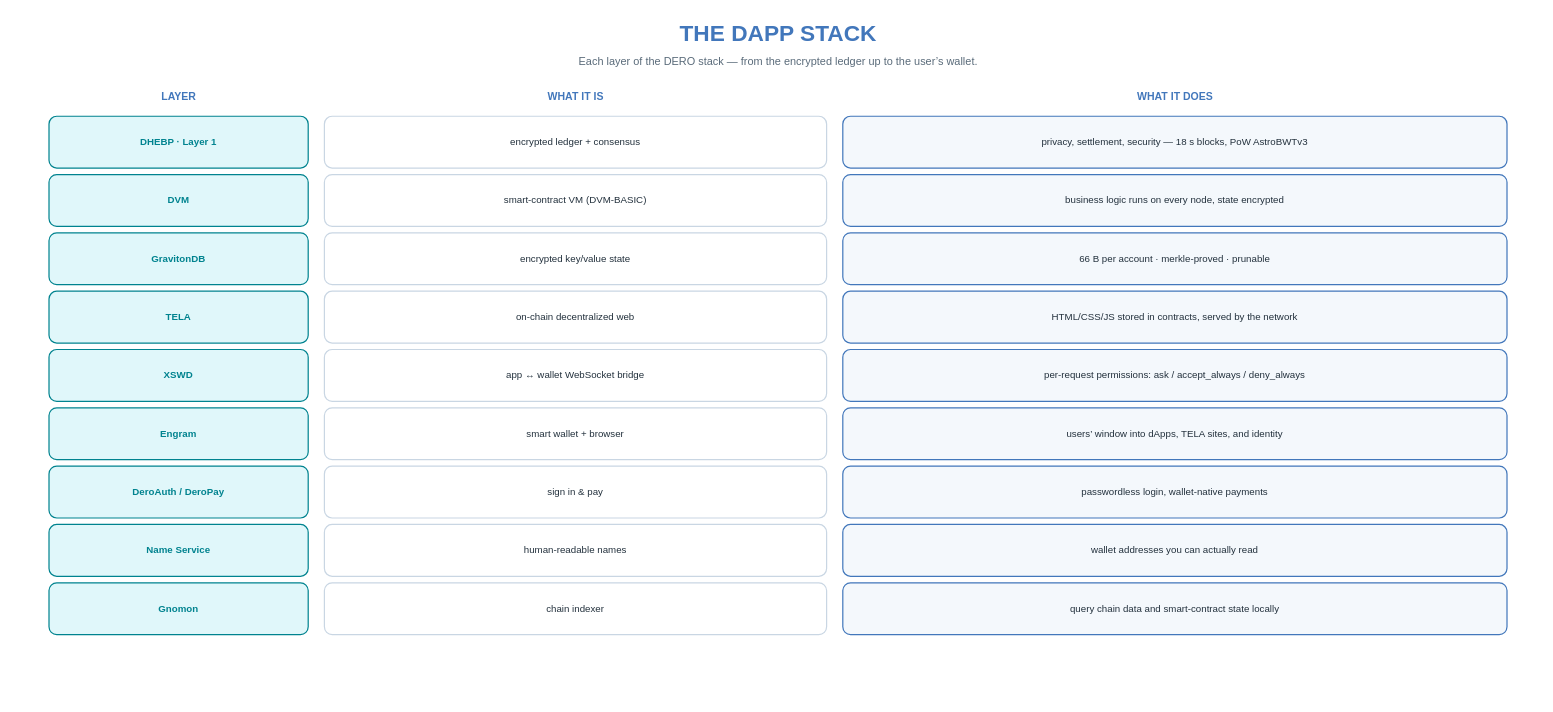
Above: page "The dApp Stack" (2 of 3) of DERO.TELA.drawio in liqdmetal/DERO.STARGATE.DIAGRAMS (draw.io), before the change. Source tidied: cells renumbered, new cells numbered last; positions are measured from the earlier drawing's top-left corner, leaving out a move shared by most shapes. Both pictures are drawn from the tidied source at 81%, with x=0, y=0 at pixel (16, 14).
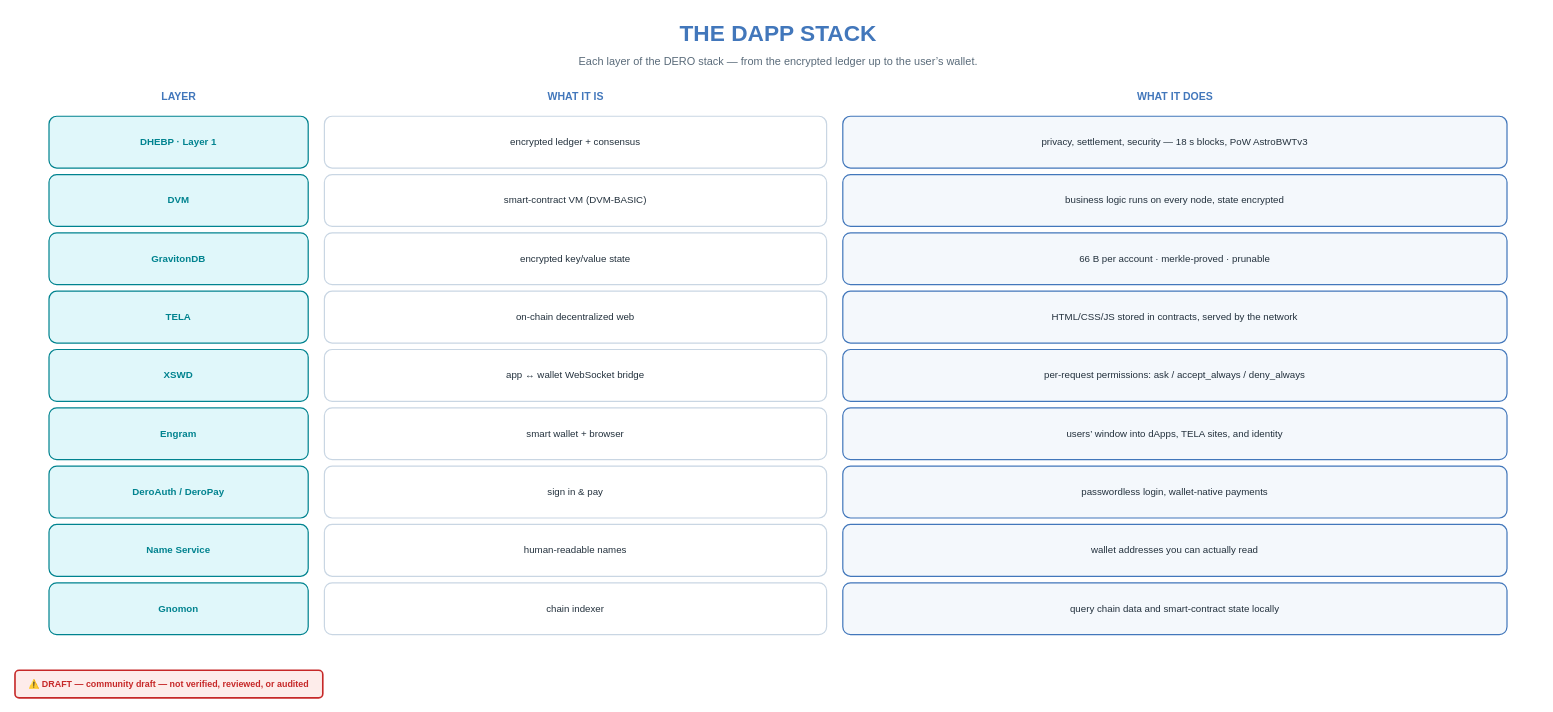
After the change.

Diff of the diagram source:
```diff
@@
+    <mxCell id="34" value="⚠️ DRAFT — community draft — not verified, reviewed, or audited" style="rounded=1;whiteSpace=wrap;html=1;fillColor=#FDECEA;strokeColor=#C62828;strokeWidth=2;fontSize=11;fontStyle=1;fontColor=#C62828;align=center;verticalAlign=middle;" parent="1" vertex="1">
+      <mxGeometry x="-2" y="810" width="380" height="34" as="geometry" />
+    </mxCell>
```
